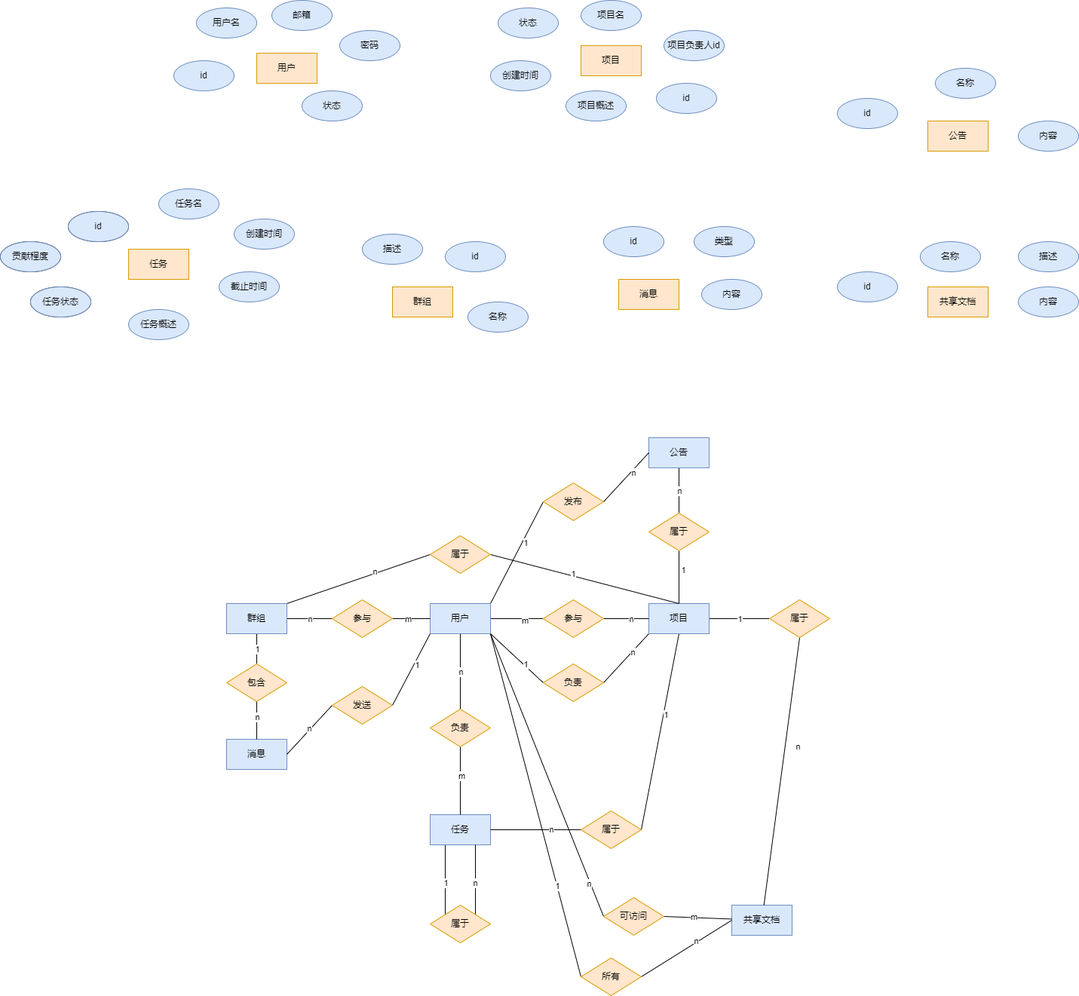
buaa2023sw/doc keeps this draw.io diagram as pictures/E-R图.drawio.png. Above is the earlier version. Source tidied: cells renumbered, new cells last; positions are measured from the earlier drawing's top-left corner, leaving out a move shared by most shapes.
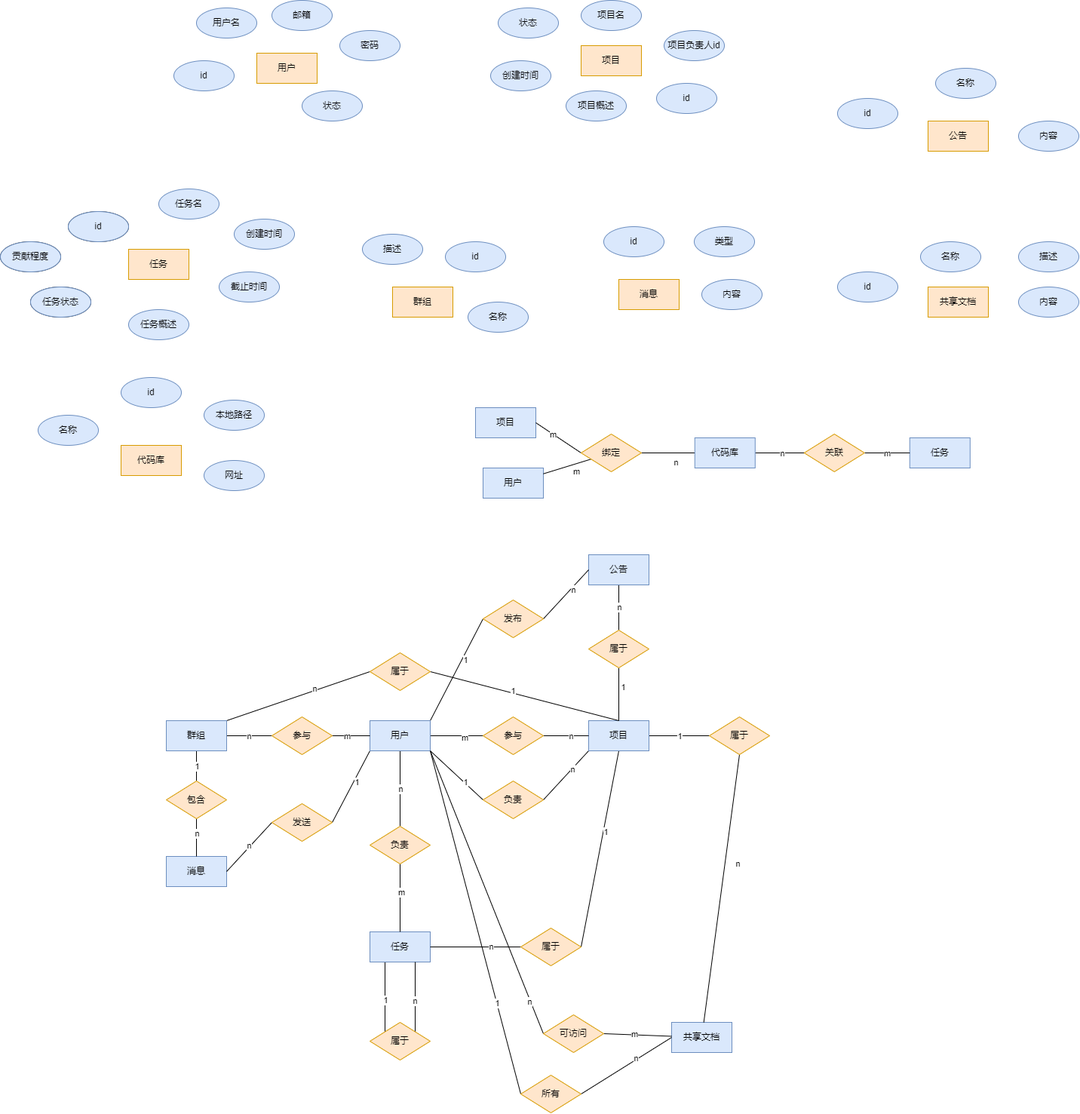
After the commit.

Commit message:
添加开发端 E-R 图 & 数据库表定义

The edit, as a diff of the source:
```diff
@@ -129,7 +129,7 @@
       <mxGeometry x="0.22" y="-4" relative="1" as="geometry" />
     </mxCell>
     <mxCell id="42" value="用户" style="rounded=0;whiteSpace=wrap;html=1;fillColor=#dae8fc;strokeColor=#6c8ebf;" parent="1" vertex="1">
-      <mxGeometry x="570" y="800" width="80" height="40" as="geometry" />
+      <mxGeometry x="490" y="955" width="80" height="40" as="geometry" />
     </mxCell>
     <mxCell id="43" style="rounded=0;jettySize=auto;html=1;exitX=0;exitY=1;exitDx=0;exitDy=0;entryX=1;entryY=0.5;entryDx=0;entryDy=0;endArrow=none;endFill=0;" parent="1" edge="1" source="49" target="55">
       <mxGeometry relative="1" as="geometry" />
@@ -152,7 +152,7 @@
       </mxGeometry>
     </mxCell>
     <mxCell id="49" value="项目" style="rounded=0;whiteSpace=wrap;html=1;fillColor=#dae8fc;strokeColor=#6c8ebf;" parent="1" vertex="1">
-      <mxGeometry x="860" y="800" width="80" height="40" as="geometry" />
+      <mxGeometry x="780" y="955" width="80" height="40" as="geometry" />
     </mxCell>
     <mxCell id="50" style="edgeStyle=orthogonalEdgeStyle;rounded=0;jettySize=auto;html=1;entryX=0;entryY=0.5;entryDx=0;entryDy=0;endArrow=none;endFill=0;" parent="1" edge="1" source="52" target="49">
       <mxGeometry relative="1" as="geometry" />
@@ -161,7 +161,7 @@
       <mxGeometry x="0.21" relative="1" as="geometry" />
     </mxCell>
     <mxCell id="52" value="参与" style="rhombus;whiteSpace=wrap;html=1;fillColor=#ffe6cc;strokeColor=#d79b00;" parent="1" vertex="1">
-      <mxGeometry x="720" y="795" width="80" height="50" as="geometry" />
+      <mxGeometry x="640" y="950" width="80" height="50" as="geometry" />
     </mxCell>
     <mxCell id="53" style="edgeStyle=none;rounded=0;jettySize=auto;html=1;exitX=0;exitY=0.5;exitDx=0;exitDy=0;entryX=1;entryY=1;entryDx=0;entryDy=0;endArrow=none;endFill=0;" parent="1" edge="1" source="55" target="42">
       <mxGeometry relative="1" as="geometry" />
@@ -172,7 +172,7 @@
       </mxGeometry>
     </mxCell>
     <mxCell id="55" value="负责" style="rhombus;whiteSpace=wrap;html=1;fillColor=#ffe6cc;strokeColor=#d79b00;" parent="1" vertex="1">
-      <mxGeometry x="720" y="880" width="80" height="50" as="geometry" />
+      <mxGeometry x="640" y="1035" width="80" height="50" as="geometry" />
     </mxCell>
     <mxCell id="56" style="edgeStyle=none;rounded=0;jettySize=auto;html=1;exitX=0.25;exitY=1;exitDx=0;exitDy=0;entryX=0;entryY=0;entryDx=0;entryDy=0;endArrow=none;endFill=0;" parent="1" edge="1" source="58" target="64">
       <mxGeometry relative="1" as="geometry" />
@@ -183,7 +183,7 @@
       </mxGeometry>
     </mxCell>
     <mxCell id="58" value="任务" style="rounded=0;whiteSpace=wrap;html=1;fillColor=#dae8fc;strokeColor=#6c8ebf;" parent="1" vertex="1">
-      <mxGeometry x="570" y="1080" width="80" height="40" as="geometry" />
+      <mxGeometry x="490" y="1235" width="80" height="40" as="geometry" />
     </mxCell>
     <mxCell id="59" style="edgeStyle=none;rounded=0;jettySize=auto;html=1;exitX=0.5;exitY=1;exitDx=0;exitDy=0;entryX=0.5;entryY=0;entryDx=0;entryDy=0;endArrow=none;endFill=0;" parent="1" edge="1" source="61" target="58">
       <mxGeometry relative="1" as="geometry" />
@@ -192,12 +192,12 @@
       <mxGeometry x="-0.16" y="1" relative="1" as="geometry" />
     </mxCell>
     <mxCell id="61" value="负责" style="rhombus;whiteSpace=wrap;html=1;fillColor=#ffe6cc;strokeColor=#d79b00;" parent="1" vertex="1">
-      <mxGeometry x="570" y="940" width="80" height="50" as="geometry" />
+      <mxGeometry x="490" y="1095" width="80" height="50" as="geometry" />
     </mxCell>
     <mxCell id="62" style="edgeStyle=none;rounded=0;jettySize=auto;html=1;exitX=1;exitY=0;exitDx=0;exitDy=0;entryX=0.75;entryY=1;entryDx=0;entryDy=0;endArrow=none;endFill=0;" parent="1" edge="1" source="64" target="58">
       <mxGeometry relative="1" as="geometry">
         <Array as="points">
-          <mxPoint x="630" y="1170" />
+          <mxPoint x="550" y="1325" />
         </Array>
       </mxGeometry>
     </mxCell>
@@ -207,7 +207,7 @@
       </mxGeometry>
     </mxCell>
     <mxCell id="64" value="属于" style="rhombus;whiteSpace=wrap;html=1;fillColor=#ffe6cc;strokeColor=#d79b00;" parent="1" vertex="1">
-      <mxGeometry x="570" y="1200" width="80" height="50" as="geometry" />
+      <mxGeometry x="490" y="1355" width="80" height="50" as="geometry" />
     </mxCell>
     <mxCell id="65" style="edgeStyle=none;rounded=0;jettySize=auto;html=1;exitX=0;exitY=0.5;exitDx=0;exitDy=0;entryX=1;entryY=0.5;entryDx=0;entryDy=0;endArrow=none;endFill=0;" parent="1" edge="1" source="67" target="58">
       <mxGeometry relative="1" as="geometry" />
@@ -216,7 +216,7 @@
       <mxGeometry x="-0.33" y="-1" relative="1" as="geometry" />
     </mxCell>
     <mxCell id="67" value="属于" style="rhombus;whiteSpace=wrap;html=1;fillColor=#ffe6cc;strokeColor=#d79b00;" parent="1" vertex="1">
-      <mxGeometry x="770" y="1075" width="80" height="50" as="geometry" />
+      <mxGeometry x="690" y="1230" width="80" height="50" as="geometry" />
     </mxCell>
     <mxCell id="68" style="edgeStyle=none;rounded=0;jettySize=auto;html=1;entryX=0;entryY=0.5;entryDx=0;entryDy=0;endArrow=none;endFill=0;" parent="1" edge="1" source="74" target="82">
       <mxGeometry relative="1" as="geometry" />
@@ -241,7 +241,7 @@
       <mxGeometry x="0.24" y="3" relative="1" as="geometry" />
     </mxCell>
     <mxCell id="74" value="群组" style="rounded=0;whiteSpace=wrap;html=1;fillColor=#dae8fc;strokeColor=#6c8ebf;" parent="1" vertex="1">
-      <mxGeometry x="300" y="800" width="80" height="40" as="geometry" />
+      <mxGeometry x="220" y="955" width="80" height="40" as="geometry" />
     </mxCell>
     <mxCell id="75" value="共享文档" style="rounded=0;whiteSpace=wrap;html=1;fillColor=#ffe6cc;strokeColor=#d79b00;" parent="1" vertex="1">
       <mxGeometry x="1230" y="380" width="80" height="40" as="geometry" />
@@ -267,10 +267,10 @@
       </mxGeometry>
     </mxCell>
     <mxCell id="82" value="参与" style="rhombus;whiteSpace=wrap;html=1;fillColor=#ffe6cc;strokeColor=#d79b00;" parent="1" vertex="1">
-      <mxGeometry x="440" y="795" width="80" height="50" as="geometry" />
+      <mxGeometry x="360" y="950" width="80" height="50" as="geometry" />
     </mxCell>
     <mxCell id="83" value="消息" style="rounded=0;whiteSpace=wrap;html=1;fillColor=#dae8fc;strokeColor=#6c8ebf;" parent="1" vertex="1">
-      <mxGeometry x="300" y="980" width="80" height="40" as="geometry" />
+      <mxGeometry x="220" y="1135" width="80" height="40" as="geometry" />
     </mxCell>
     <mxCell id="84" style="edgeStyle=none;rounded=0;jettySize=auto;html=1;exitX=0.5;exitY=1;exitDx=0;exitDy=0;endArrow=none;endFill=0;" parent="1" edge="1" source="86" target="83">
       <mxGeometry relative="1" as="geometry" />
@@ -281,7 +281,7 @@
       </mxGeometry>
     </mxCell>
     <mxCell id="86" value="包含" style="rhombus;whiteSpace=wrap;html=1;fillColor=#ffe6cc;strokeColor=#d79b00;" parent="1" vertex="1">
-      <mxGeometry x="300" y="880" width="80" height="50" as="geometry" />
+      <mxGeometry x="220" y="1035" width="80" height="50" as="geometry" />
     </mxCell>
     <mxCell id="87" style="edgeStyle=none;rounded=0;jettySize=auto;html=1;exitX=0;exitY=0.5;exitDx=0;exitDy=0;entryX=1;entryY=0.5;entryDx=0;entryDy=0;endArrow=none;endFill=0;" parent="1" edge="1" source="89" target="83">
       <mxGeometry relative="1" as="geometry" />
@@ -292,7 +292,7 @@
       </mxGeometry>
     </mxCell>
     <mxCell id="89" value="发送" style="rhombus;whiteSpace=wrap;html=1;fillColor=#ffe6cc;strokeColor=#d79b00;" parent="1" vertex="1">
-      <mxGeometry x="440" y="910" width="80" height="50" as="geometry" />
+      <mxGeometry x="360" y="1065" width="80" height="50" as="geometry" />
     </mxCell>
     <mxCell id="90" style="edgeStyle=none;rounded=0;jettySize=auto;html=1;exitX=1;exitY=0.5;exitDx=0;exitDy=0;entryX=0.5;entryY=0;entryDx=0;entryDy=0;endArrow=none;endFill=0;" parent="1" edge="1" source="92" target="49">
       <mxGeometry relative="1" as="geometry" />
@@ -301,10 +301,10 @@
       <mxGeometry x="-0.13" y="3" relative="1" as="geometry" />
     </mxCell>
     <mxCell id="92" value="属于" style="rhombus;whiteSpace=wrap;html=1;fillColor=#ffe6cc;strokeColor=#d79b00;" parent="1" vertex="1">
-      <mxGeometry x="570" y="710" width="80" height="50" as="geometry" />
+      <mxGeometry x="490" y="865" width="80" height="50" as="geometry" />
     </mxCell>
     <mxCell id="93" value="共享文档" style="rounded=0;whiteSpace=wrap;html=1;fillColor=#dae8fc;strokeColor=#6c8ebf;" parent="1" vertex="1">
-      <mxGeometry x="970" y="1200" width="80" height="40" as="geometry" />
+      <mxGeometry x="890" y="1355" width="80" height="40" as="geometry" />
     </mxCell>
     <mxCell id="94" style="edgeStyle=none;rounded=0;jettySize=auto;html=1;exitX=0.5;exitY=1;exitDx=0;exitDy=0;endArrow=none;endFill=0;" parent="1" edge="1" source="96" target="93">
       <mxGeometry relative="1" as="geometry" />
@@ -315,7 +315,7 @@
       </mxGeometry>
     </mxCell>
     <mxCell id="96" value="属于" style="rhombus;whiteSpace=wrap;html=1;fillColor=#ffe6cc;strokeColor=#d79b00;" parent="1" vertex="1">
-      <mxGeometry x="1020" y="795" width="80" height="50" as="geometry" />
+      <mxGeometry x="940" y="950" width="80" height="50" as="geometry" />
     </mxCell>
     <mxCell id="97" style="edgeStyle=none;rounded=0;jettySize=auto;html=1;exitX=1;exitY=0.5;exitDx=0;exitDy=0;entryX=0;entryY=0.5;entryDx=0;entryDy=0;endArrow=none;endFill=0;" parent="1" edge="1" source="99" target="93">
       <mxGeometry relative="1" as="geometry" />
@@ -324,7 +324,7 @@
       <mxGeometry x="0.23" y="2" relative="1" as="geometry" />
     </mxCell>
     <mxCell id="99" value="所有" style="rhombus;whiteSpace=wrap;html=1;fillColor=#ffe6cc;strokeColor=#d79b00;" parent="1" vertex="1">
-      <mxGeometry x="770" y="1270" width="80" height="50" as="geometry" />
+      <mxGeometry x="690" y="1425" width="80" height="50" as="geometry" />
     </mxCell>
     <mxCell id="100" style="edgeStyle=none;rounded=0;jettySize=auto;html=1;exitX=1;exitY=0.5;exitDx=0;exitDy=0;endArrow=none;endFill=0;" parent="1" edge="1" source="102" target="93">
       <mxGeometry relative="1" as="geometry" />
@@ -335,7 +335,7 @@
       </mxGeometry>
     </mxCell>
     <mxCell id="102" value="可访问" style="rhombus;whiteSpace=wrap;html=1;fillColor=#ffe6cc;strokeColor=#d79b00;" parent="1" vertex="1">
-      <mxGeometry x="800" y="1190" width="80" height="50" as="geometry" />
+      <mxGeometry x="720" y="1345" width="80" height="50" as="geometry" />
     </mxCell>
     <mxCell id="103" value="状态" style="ellipse;whiteSpace=wrap;html=1;fillColor=#dae8fc;strokeColor=#6c8ebf;" parent="1" vertex="1">
       <mxGeometry x="400" y="120" width="80" height="40" as="geometry" />
@@ -376,7 +376,7 @@
       </mxGeometry>
     </mxCell>
     <mxCell id="115" value="公告" style="rounded=0;whiteSpace=wrap;html=1;fillColor=#dae8fc;strokeColor=#6c8ebf;" parent="1" vertex="1">
-      <mxGeometry x="860" y="580" width="80" height="40" as="geometry" />
+      <mxGeometry x="780" y="735" width="80" height="40" as="geometry" />
     </mxCell>
     <mxCell id="116" style="rounded=0;jettySize=auto;html=1;endArrow=none;endFill=0;" parent="1" edge="1" source="118" target="49">
       <mxGeometry relative="1" as="geometry" />
@@ -385,7 +385,7 @@
       <mxGeometry x="-0.29" y="5" relative="1" as="geometry" />
     </mxCell>
     <mxCell id="118" value="属于" style="rhombus;whiteSpace=wrap;html=1;fillColor=#ffe6cc;strokeColor=#d79b00;" parent="1" vertex="1">
-      <mxGeometry x="860" y="680" width="80" height="50" as="geometry" />
+      <mxGeometry x="780" y="835" width="80" height="50" as="geometry" />
     </mxCell>
     <mxCell id="119" style="edgeStyle=none;rounded=0;jettySize=auto;html=1;exitX=1;exitY=0.5;exitDx=0;exitDy=0;entryX=0;entryY=0.5;entryDx=0;entryDy=0;endArrow=none;endFill=0;" parent="1" edge="1" source="121" target="115">
       <mxGeometry relative="1" as="geometry" />
@@ -394,7 +394,78 @@
       <mxGeometry x="0.25" y="-3" relative="1" as="geometry" />
     </mxCell>
     <mxCell id="121" value="发布" style="rhombus;whiteSpace=wrap;html=1;fillColor=#ffe6cc;strokeColor=#d79b00;" parent="1" vertex="1">
-      <mxGeometry x="720" y="640" width="80" height="50" as="geometry" />
+      <mxGeometry x="640" y="795" width="80" height="50" as="geometry" />
     </mxCell>
+    <mxCell id="122" value="代码库" style="rounded=0;whiteSpace=wrap;html=1;fillColor=#ffe6cc;strokeColor=#d79b00;" parent="1" vertex="1">
+      <mxGeometry x="160" y="590" width="80" height="40" as="geometry" />
+    </mxCell>
+    <mxCell id="123" value="id" style="ellipse;whiteSpace=wrap;html=1;fillColor=#dae8fc;strokeColor=#6c8ebf;" parent="1" vertex="1">
+      <mxGeometry x="160" y="500" width="80" height="40" as="geometry" />
+    </mxCell>
+    <mxCell id="124" value="本地路径" style="ellipse;whiteSpace=wrap;html=1;fillColor=#dae8fc;strokeColor=#6c8ebf;" parent="1" vertex="1">
+      <mxGeometry x="270" y="530" width="80" height="40" as="geometry" />
+    </mxCell>
+    <mxCell id="125" value="网址" style="ellipse;whiteSpace=wrap;html=1;fillColor=#dae8fc;strokeColor=#6c8ebf;" parent="1" vertex="1">
+      <mxGeometry x="270" y="610" width="80" height="40" as="geometry" />
+    </mxCell>
+    <mxCell id="126" value="用户" style="rounded=0;whiteSpace=wrap;html=1;fillColor=#dae8fc;strokeColor=#6c8ebf;" parent="1" vertex="1">
+      <mxGeometry x="640" y="620" width="80" height="40" as="geometry" />
+    </mxCell>
+    <mxCell id="127" value="项目" style="rounded=0;whiteSpace=wrap;html=1;fillColor=#dae8fc;strokeColor=#6c8ebf;" parent="1" vertex="1">
+      <mxGeometry x="630" y="540" width="80" height="40" as="geometry" />
+    </mxCell>
+    <mxCell id="128" style="edgeStyle=none;rounded=0;jettySize=auto;html=1;endArrow=none;endFill=0;" parent="1" edge="1" source="132" target="139">
+      <mxGeometry relative="1" as="geometry" />
+    </mxCell>
+    <mxCell id="129" value="n" style="edgeLabel;html=1;align=center;verticalAlign=middle;" parent="128" vertex="1">
+      <mxGeometry x="-0.29" relative="1" as="geometry">
+        <mxPoint y="12" as="offset" />
+      </mxGeometry>
+    </mxCell>
+    <mxCell id="130" style="edgeStyle=none;rounded=0;jettySize=auto;html=1;endArrow=none;endFill=0;" parent="1" edge="1" source="132" target="142">
+      <mxGeometry relative="1" as="geometry" />
+    </mxCell>
+    <mxCell id="131" value="n" style="edgeLabel;html=1;align=center;verticalAlign=middle;" parent="130" vertex="1">
+      <mxGeometry x="0.26" y="1" relative="1" as="geometry">
+        <mxPoint x="-6" y="1" as="offset" />
+      </mxGeometry>
+    </mxCell>
+    <mxCell id="132" value="代码库" style="rounded=0;whiteSpace=wrap;html=1;fillColor=#dae8fc;strokeColor=#6c8ebf;" parent="1" vertex="1">
+      <mxGeometry x="920.8" y="580" width="80" height="40" as="geometry" />
+    </mxCell>
+    <mxCell id="133" value="名称" style="ellipse;whiteSpace=wrap;html=1;fillColor=#dae8fc;strokeColor=#6c8ebf;" parent="1" vertex="1">
+      <mxGeometry x="50" y="550" width="80" height="40" as="geometry" />
+    </mxCell>
+    <mxCell id="134" value="任务" style="rounded=0;whiteSpace=wrap;html=1;fillColor=#dae8fc;strokeColor=#6c8ebf;" parent="1" vertex="1">
+      <mxGeometry x="1205.8" y="580" width="80" height="40" as="geometry" />
+    </mxCell>
+    <mxCell id="135" style="edgeStyle=none;rounded=0;jettySize=auto;html=1;endArrow=none;endFill=0;" parent="1" edge="1" source="139" target="126">
+      <mxGeometry relative="1" as="geometry" />
+    </mxCell>
+    <mxCell id="136" value="m" style="edgeLabel;html=1;align=center;verticalAlign=middle;" parent="135" vertex="1">
+      <mxGeometry x="-0.47" y="-3" relative="1" as="geometry">
+        <mxPoint x="-2" y="14" as="offset" />
+      </mxGeometry>
+    </mxCell>
+    <mxCell id="137" style="edgeStyle=none;rounded=0;jettySize=auto;html=1;exitX=0;exitY=0.5;exitDx=0;exitDy=0;entryX=1;entryY=0.5;entryDx=0;entryDy=0;endArrow=none;endFill=0;" parent="1" edge="1" source="139" target="127">
+      <mxGeometry relative="1" as="geometry" />
+    </mxCell>
+    <mxCell id="138" value="m" style="edgeLabel;html=1;align=center;verticalAlign=middle;" parent="137" vertex="1">
+      <mxGeometry x="0.24" y="1" relative="1" as="geometry" />
+    </mxCell>
+    <mxCell id="139" value="绑定" style="rhombus;whiteSpace=wrap;html=1;fillColor=#ffe6cc;strokeColor=#d79b00;" parent="1" vertex="1">
+      <mxGeometry x="770" y="575" width="80" height="50" as="geometry" />
+    </mxCell>
+    <mxCell id="140" style="edgeStyle=none;rounded=0;jettySize=auto;html=1;entryX=0;entryY=0.5;entryDx=0;entryDy=0;endArrow=none;endFill=0;" parent="1" edge="1" source="142" target="134">
+      <mxGeometry relative="1" as="geometry" />
+    </mxCell>
+    <mxCell id="141" value="m" style="edgeLabel;html=1;align=center;verticalAlign=middle;" parent="140" vertex="1">
+      <mxGeometry x="-0.44" y="2" relative="1" as="geometry">
+        <mxPoint x="13" y="2" as="offset" />
+      </mxGeometry>
+    </mxCell>
+    <mxCell id="142" value="关联" style="rhombus;whiteSpace=wrap;html=1;fillColor=#ffe6cc;strokeColor=#d79b00;" parent="1" vertex="1">
+      <mxGeometry x="1065.8" y="575" width="80" height="50" as="geometry" />
+    </mxCell>
   </root>
 </mxGraphModel>
```
